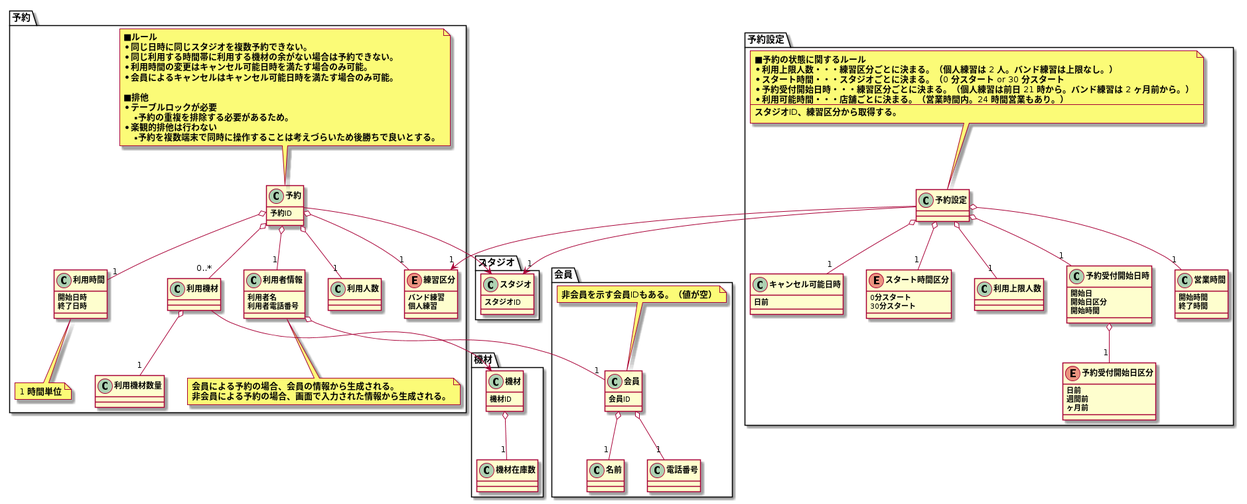
Above: modeling/07_DomainModel_予約/DomainModel.png in TakashiOnawa/ddd-practice-studio-reservation (PlantUML), before the change.
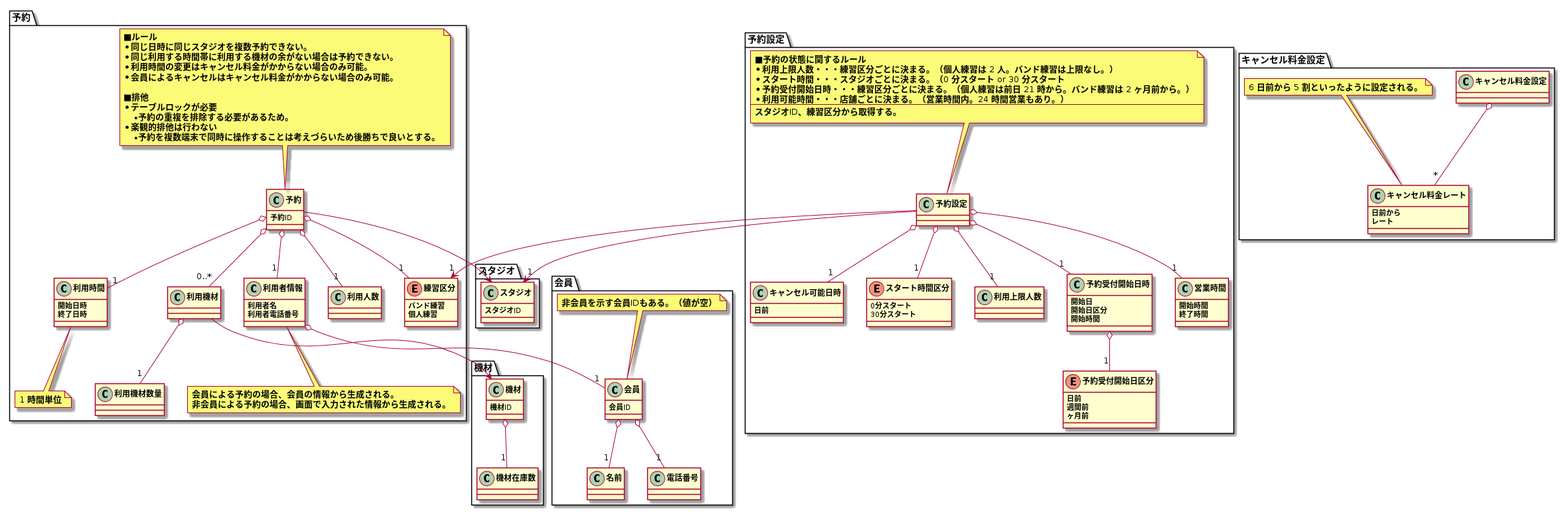
After the commit.

Diff of the diagram source:
```diff
@@ -80,8 +80,8 @@
     ■ルール
     * 同じ日時に同じスタジオを複数予約できない。
     * 同じ利用する時間帯に利用する機材の余がない場合は予約できない。
-    * 利用時間の変更はキャンセル可能日時を満たす場合のみ可能。
-    * 会員によるキャンセルはキャンセル可能日時を満たす場合のみ可能。
+    * 利用時間の変更はキャンセル料金がかからない場合のみ可能。
+    * 会員によるキャンセルはキャンセル料金がかからない場合のみ可能。
 
     ■排他
     * テーブルロックが必要
@@ -141,4 +141,19 @@
     end note
 }
 
+package キャンセル料金設定 {
+    class キャンセル料金設定
+
+    class キャンセル料金レート {
+        日前から
+        レート
+    }
+
+    キャンセル料金設定 o-- "*" キャンセル料金レート
+
+    note top of キャンセル料金レート
+    6 日前から 5 割といったように設定される。
+    end note
+}
+
 @enduml
```
